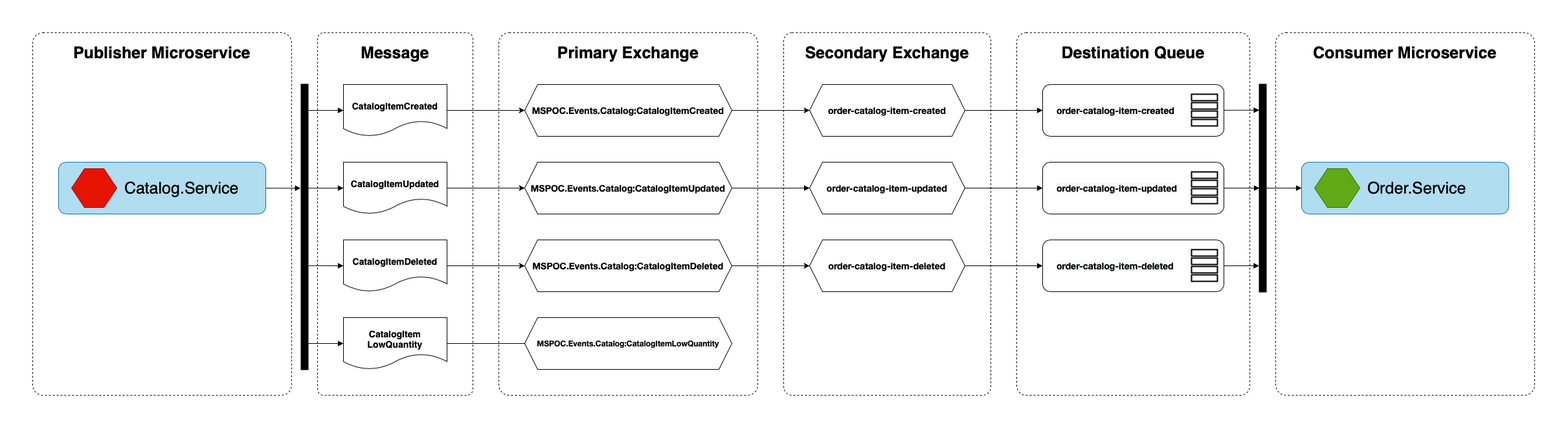
Before: images/catalog-events-diagram.png, a diagram exported from draw.io (geovanegodoi/MicroServicesPOC). Source tidied: cells renumbered, new cells last; positions are measured from the earlier drawing's top-left corner, leaving out a move shared by most shapes.
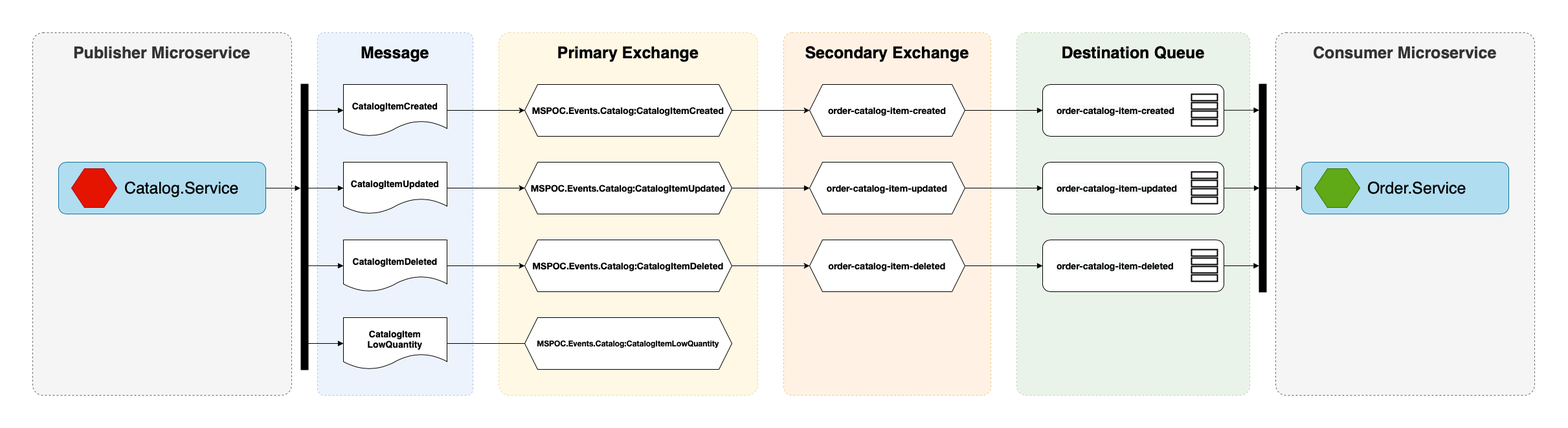
After the commit.

The edit, as a diff of the source:
```diff
@@ -2,22 +2,22 @@
   <root>
     <mxCell id="0" />
     <mxCell id="1" parent="0" />
-    <mxCell id="2" value="Publisher Microservice" style="rounded=1;whiteSpace=wrap;html=1;fontSize=25;strokeWidth=1;dashed=1;verticalAlign=top;spacingTop=10;arcSize=4;fillColor=none;fontStyle=1;" parent="1" vertex="1">
+    <mxCell id="2" value="Publisher Microservice" style="rounded=1;whiteSpace=wrap;html=1;fontSize=25;strokeWidth=1;dashed=1;verticalAlign=top;spacingTop=10;arcSize=4;fillColor=#f5f5f5;fontStyle=1;fontColor=#333333;strokeColor=#666666;" parent="1" vertex="1">
       <mxGeometry width="400" height="560" as="geometry" />
     </mxCell>
-    <mxCell id="3" value="Consumer Microservice" style="rounded=1;whiteSpace=wrap;html=1;fontSize=25;strokeWidth=1;dashed=1;verticalAlign=top;spacingTop=10;arcSize=4;fillColor=none;fontStyle=1;" parent="1" vertex="1">
+    <mxCell id="3" value="Consumer Microservice" style="rounded=1;whiteSpace=wrap;html=1;fontSize=25;strokeWidth=1;dashed=1;verticalAlign=top;spacingTop=10;arcSize=4;fillColor=#f5f5f5;fontStyle=1;fontColor=#333333;strokeColor=#666666;" parent="1" vertex="1">
       <mxGeometry x="1920" width="400" height="560" as="geometry" />
     </mxCell>
-    <mxCell id="4" value="Message" style="rounded=1;whiteSpace=wrap;html=1;fontSize=25;strokeWidth=1;dashed=1;verticalAlign=top;spacingTop=10;arcSize=4;fillColor=none;fontStyle=1;" parent="1" vertex="1">
+    <mxCell id="4" value="Message" style="rounded=1;whiteSpace=wrap;html=1;fontSize=25;strokeWidth=1;dashed=1;verticalAlign=top;spacingTop=10;arcSize=4;fillColor=#dae8fc;fontStyle=1;strokeColor=#6c8ebf;opacity=50;" parent="1" vertex="1">
       <mxGeometry x="440" width="240" height="560" as="geometry" />
     </mxCell>
-    <mxCell id="5" value="Secondary Exchange" style="rounded=1;whiteSpace=wrap;html=1;fontSize=25;strokeWidth=1;dashed=1;verticalAlign=top;spacingTop=10;arcSize=4;fillColor=none;fontStyle=1;" parent="1" vertex="1">
+    <mxCell id="5" value="Secondary Exchange" style="rounded=1;whiteSpace=wrap;html=1;fontSize=25;strokeWidth=1;dashed=1;verticalAlign=top;spacingTop=10;arcSize=4;fillColor=#ffe6cc;fontStyle=1;strokeColor=#d79b00;opacity=50;" parent="1" vertex="1">
       <mxGeometry x="1160" width="320" height="560" as="geometry" />
     </mxCell>
-    <mxCell id="6" value="Primary Exchange" style="rounded=1;whiteSpace=wrap;html=1;fontSize=25;strokeWidth=1;dashed=1;verticalAlign=top;spacingTop=10;arcSize=4;fillColor=none;fontStyle=1;" parent="1" vertex="1">
+    <mxCell id="6" value="Primary Exchange" style="rounded=1;whiteSpace=wrap;html=1;fontSize=25;strokeWidth=1;dashed=1;verticalAlign=top;spacingTop=10;arcSize=4;fillColor=#fff2cc;fontStyle=1;strokeColor=#d6b656;opacity=50;" parent="1" vertex="1">
       <mxGeometry x="720" width="400" height="560" as="geometry" />
     </mxCell>
-    <mxCell id="7" value="Destination Queue" style="rounded=1;whiteSpace=wrap;html=1;fontSize=25;strokeWidth=1;dashed=1;verticalAlign=top;spacingTop=10;arcSize=4;fillColor=none;fontStyle=1;" parent="1" vertex="1">
+    <mxCell id="7" value="Destination Queue" style="rounded=1;whiteSpace=wrap;html=1;fontSize=25;strokeWidth=1;dashed=1;verticalAlign=top;spacingTop=10;arcSize=4;fillColor=#d5e8d4;fontStyle=1;strokeColor=#82b366;opacity=50;" parent="1" vertex="1">
       <mxGeometry x="1520" width="360" height="560" as="geometry" />
     </mxCell>
     <mxCell id="8" value="CatalogItemCreated" style="shape=document;whiteSpace=wrap;html=1;boundedLbl=1;spacingTop=10;fontSize=14;fontStyle=1;" parent="1" vertex="1">
@@ -68,7 +68,7 @@
     <mxCell id="23" style="group;" parent="1" vertex="1">
       <mxGeometry x="1560" y="200" width="285" height="80" as="geometry" />
     </mxCell>
-    <mxCell id="24" value="&lt;span style=&quot;color: rgb(0, 0, 0); font-family: &amp;quot;helvetica neue light&amp;quot;; font-size: 14px; font-style: normal; font-weight: bold; letter-spacing: normal; text-indent: 0px; text-transform: none; word-spacing: 0px; background-color: rgb(248, 249, 250); text-decoration: none; display: inline; float: none;&quot;&gt;order-catalog-item-updated&lt;/span&gt;" style="rounded=1;whiteSpace=wrap;html=1;fontSize=14;align=left;spacingLeft=20;fillColor=none;" parent="23" vertex="1">
+    <mxCell id="24" value="&lt;span style=&quot;color: rgb(0, 0, 0); font-family: &amp;quot;helvetica neue light&amp;quot;; font-size: 14px; font-style: normal; font-weight: bold; letter-spacing: normal; text-indent: 0px; text-transform: none; word-spacing: 0px; background-color: rgb(248, 249, 250); text-decoration: none; display: inline; float: none;&quot;&gt;order-catalog-item-updated&lt;/span&gt;" style="rounded=1;whiteSpace=wrap;html=1;fontSize=14;align=left;spacingLeft=20;" parent="23" vertex="1">
       <mxGeometry width="280" height="80" as="geometry" />
     </mxCell>
     <mxCell id="25" style="group;" parent="23" vertex="1">
@@ -92,7 +92,7 @@
     <mxCell id="31" style="group;" parent="1" vertex="1">
       <mxGeometry x="1560" y="80" width="280" height="80" as="geometry" />
     </mxCell>
-    <mxCell id="32" value="&lt;span style=&quot;color: rgb(0 , 0 , 0) ; font-family: &amp;#34;helvetica neue light&amp;#34; ; font-size: 14px ; font-style: normal ; font-weight: bold ; letter-spacing: normal ; text-indent: 0px ; text-transform: none ; word-spacing: 0px ; background-color: rgb(248 , 249 , 250) ; text-decoration: none ; display: inline ; float: none&quot;&gt;order-catalog-item-created&lt;/span&gt;" style="rounded=1;whiteSpace=wrap;html=1;fontSize=14;align=left;spacingLeft=20;fillColor=none;" parent="31" vertex="1">
+    <mxCell id="32" value="&lt;span style=&quot;color: rgb(0 , 0 , 0) ; font-family: &amp;#34;helvetica neue light&amp;#34; ; font-size: 14px ; font-style: normal ; font-weight: bold ; letter-spacing: normal ; text-indent: 0px ; text-transform: none ; word-spacing: 0px ; background-color: rgb(248 , 249 , 250) ; text-decoration: none ; display: inline ; float: none&quot;&gt;order-catalog-item-created&lt;/span&gt;" style="rounded=1;whiteSpace=wrap;html=1;fontSize=14;align=left;spacingLeft=20;" parent="31" vertex="1">
       <mxGeometry width="280" height="80" as="geometry" />
     </mxCell>
     <mxCell id="33" style="group;" parent="31" vertex="1">
@@ -116,7 +116,7 @@
     <mxCell id="39" style="group;" parent="1" vertex="1">
       <mxGeometry x="1560" y="320" width="280" height="80" as="geometry" />
     </mxCell>
-    <mxCell id="40" value="&lt;span style=&quot;color: rgb(0 , 0 , 0) ; font-family: &amp;#34;helvetica neue light&amp;#34; ; font-size: 14px ; font-style: normal ; font-weight: bold ; letter-spacing: normal ; text-indent: 0px ; text-transform: none ; word-spacing: 0px ; background-color: rgb(248 , 249 , 250) ; text-decoration: none ; display: inline ; float: none&quot;&gt;order-catalog-item-deleted&lt;/span&gt;" style="rounded=1;whiteSpace=wrap;html=1;fontSize=14;align=left;spacingLeft=20;fillColor=none;" parent="39" vertex="1">
+    <mxCell id="40" value="&lt;span style=&quot;color: rgb(0 , 0 , 0) ; font-family: &amp;#34;helvetica neue light&amp;#34; ; font-size: 14px ; font-style: normal ; font-weight: bold ; letter-spacing: normal ; text-indent: 0px ; text-transform: none ; word-spacing: 0px ; background-color: rgb(248 , 249 , 250) ; text-decoration: none ; display: inline ; float: none&quot;&gt;order-catalog-item-deleted&lt;/span&gt;" style="rounded=1;whiteSpace=wrap;html=1;fontSize=14;align=left;spacingLeft=20;" parent="39" vertex="1">
       <mxGeometry width="280" height="80" as="geometry" />
     </mxCell>
     <mxCell id="41" style="group;" parent="39" vertex="1">
```
